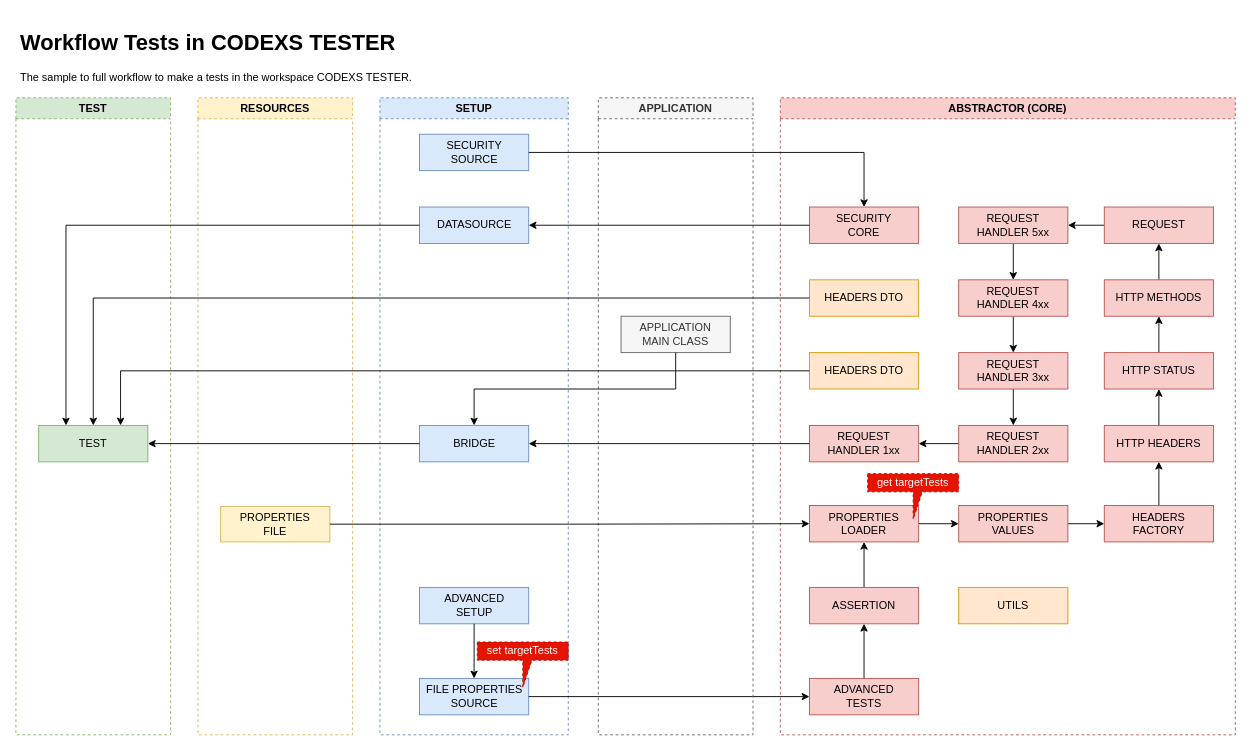
Above: page "Full" (3 of 3) of src/data/midias/codexstester-diagram-flow.drawio in huntercodexs/codexstester (draw.io), before the change. Source tidied: cells renumbered, new cells numbered last; positions are measured from the earlier drawing's top-left corner, leaving out a move shared by most shapes. Both pictures are drawn from the tidied source at 91%, with x=0, y=0 at pixel (15, 25).
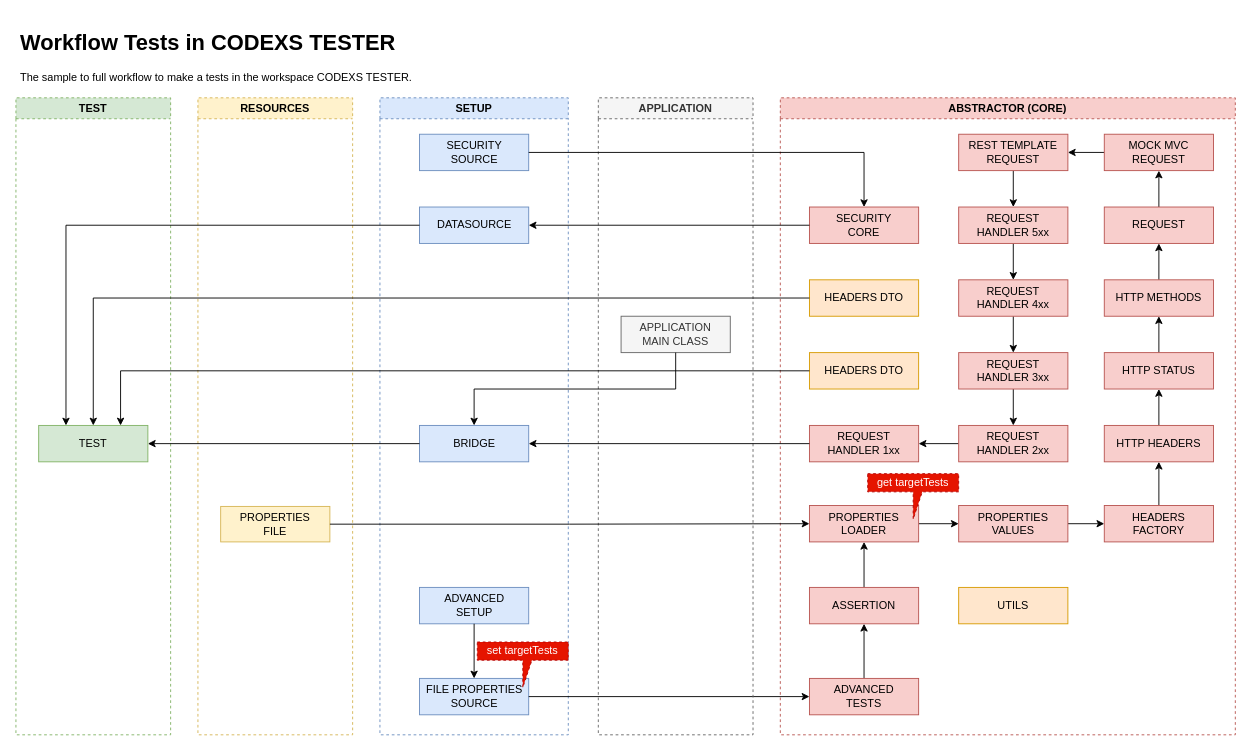
Above is the later version.

The change refers to these unchanged cells:
```xml
<mxCell id="13" value="ABSTRACTOR (CORE)" style="swimlane;whiteSpace=wrap;html=1;dashed=1;fillColor=#f8cecc;strokeColor=#b85450;" parent="1" vertex="1">
  <mxGeometry x="840" y="80" width="500" height="700" as="geometry" />
</mxCell>
<mxCell id="23" value="&lt;div&gt;REQUEST&lt;/div&gt;&lt;div&gt;HANDLER 5xx&lt;br&gt;&lt;/div&gt;" style="whiteSpace=wrap;html=1;rounded=0;fillColor=#f8cecc;strokeColor=#b85450;" parent="13" vertex="1">
  <mxGeometry x="196" y="120" width="120" height="40" as="geometry" />
</mxCell>
<mxCell id="25" value="&lt;div&gt;REQUEST&lt;/div&gt;" style="whiteSpace=wrap;html=1;rounded=0;fillColor=#f8cecc;strokeColor=#b85450;" parent="13" vertex="1">
  <mxGeometry x="356" y="120" width="120" height="40" as="geometry" />
</mxCell>
```

The edit, as a diff of the source:
```diff
@@
-    <mxCell id="24" style="edgeStyle=orthogonalEdgeStyle;rounded=0;jettySize=auto;html=1;" parent="13" edge="1" source="25" target="23">
-      <mxGeometry relative="1" as="geometry" />
-    </mxCell>
+    <mxCell id="60" style="edgeStyle=orthogonalEdgeStyle;rounded=0;jettySize=auto;html=1;" parent="13" edge="1" source="25" target="64">
+      <mxGeometry relative="1" as="geometry" />
+    </mxCell>
@@
+    <mxCell id="61" style="edgeStyle=orthogonalEdgeStyle;rounded=0;jettySize=auto;html=1;" parent="13" edge="1" source="62" target="23">
+      <mxGeometry relative="1" as="geometry" />
+    </mxCell>
+    <mxCell id="62" value="REST TEMPLATE&lt;br&gt;&lt;div&gt;REQUEST&lt;/div&gt;" style="whiteSpace=wrap;html=1;rounded=0;fillColor=#f8cecc;strokeColor=#b85450;" parent="13" vertex="1">
+      <mxGeometry x="196" y="40" width="120" height="40" as="geometry" />
+    </mxCell>
+    <mxCell id="63" style="edgeStyle=orthogonalEdgeStyle;rounded=0;jettySize=auto;html=1;" parent="13" edge="1" source="64" target="62">
+      <mxGeometry relative="1" as="geometry" />
+    </mxCell>
+    <mxCell id="64" value="MOCK MVC&lt;br&gt;&lt;div&gt;REQUEST&lt;/div&gt;" style="whiteSpace=wrap;html=1;rounded=0;fillColor=#f8cecc;strokeColor=#b85450;" parent="13" vertex="1">
+      <mxGeometry x="356" y="40" width="120" height="40" as="geometry" />
+    </mxCell>
```
